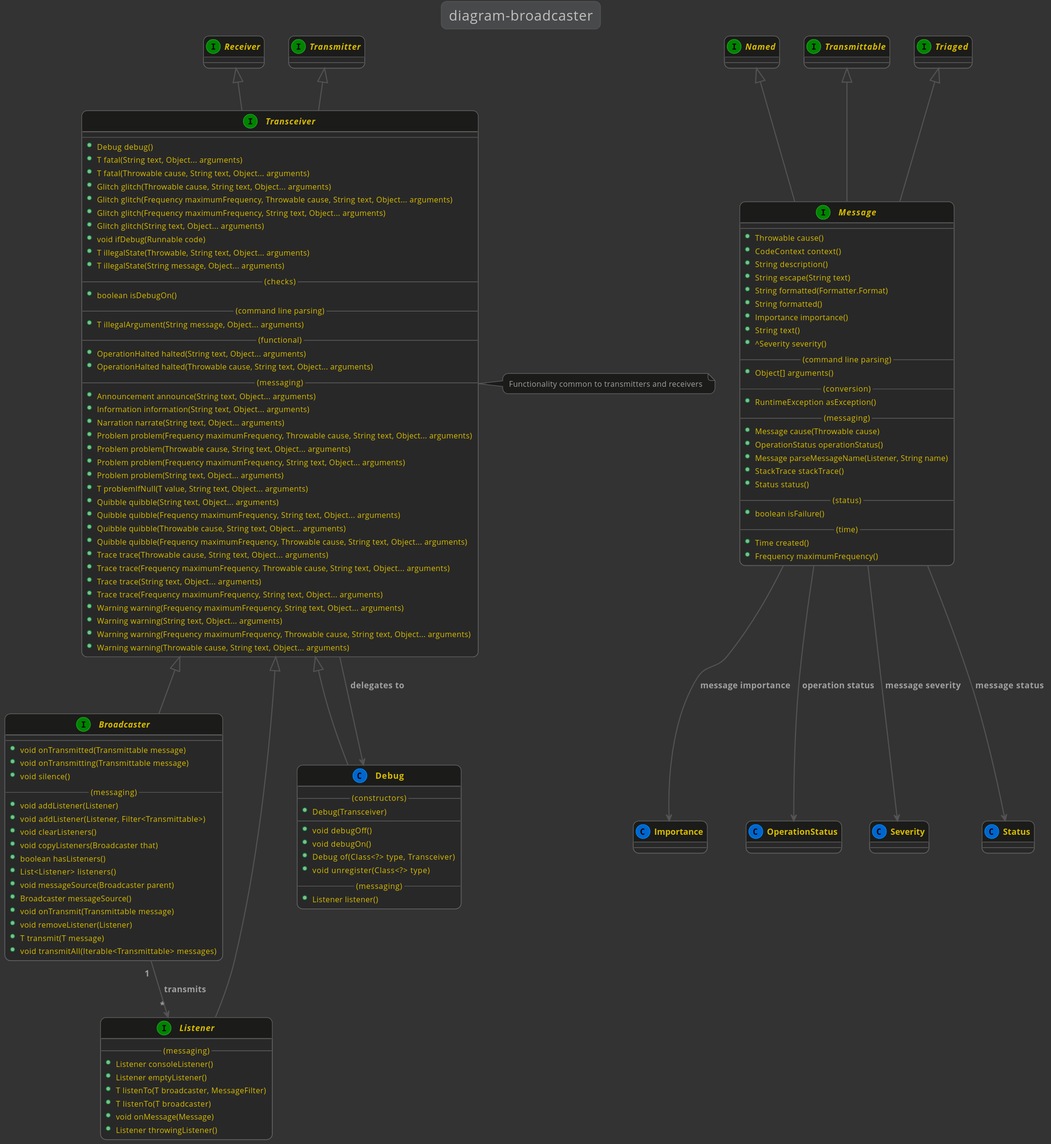
Earlier version of the PlantUML export docs/1.6.0/lexakai/kivakit/kivakit-core/documentation/diagrams/diagram-broadcaster.svg (Telenav/kivakit-assets). Its source is kept beside it as docs/1.6.0/lexakai/kivakit/kivakit-core/documentation/diagrams/diagram-broadcaster.puml.
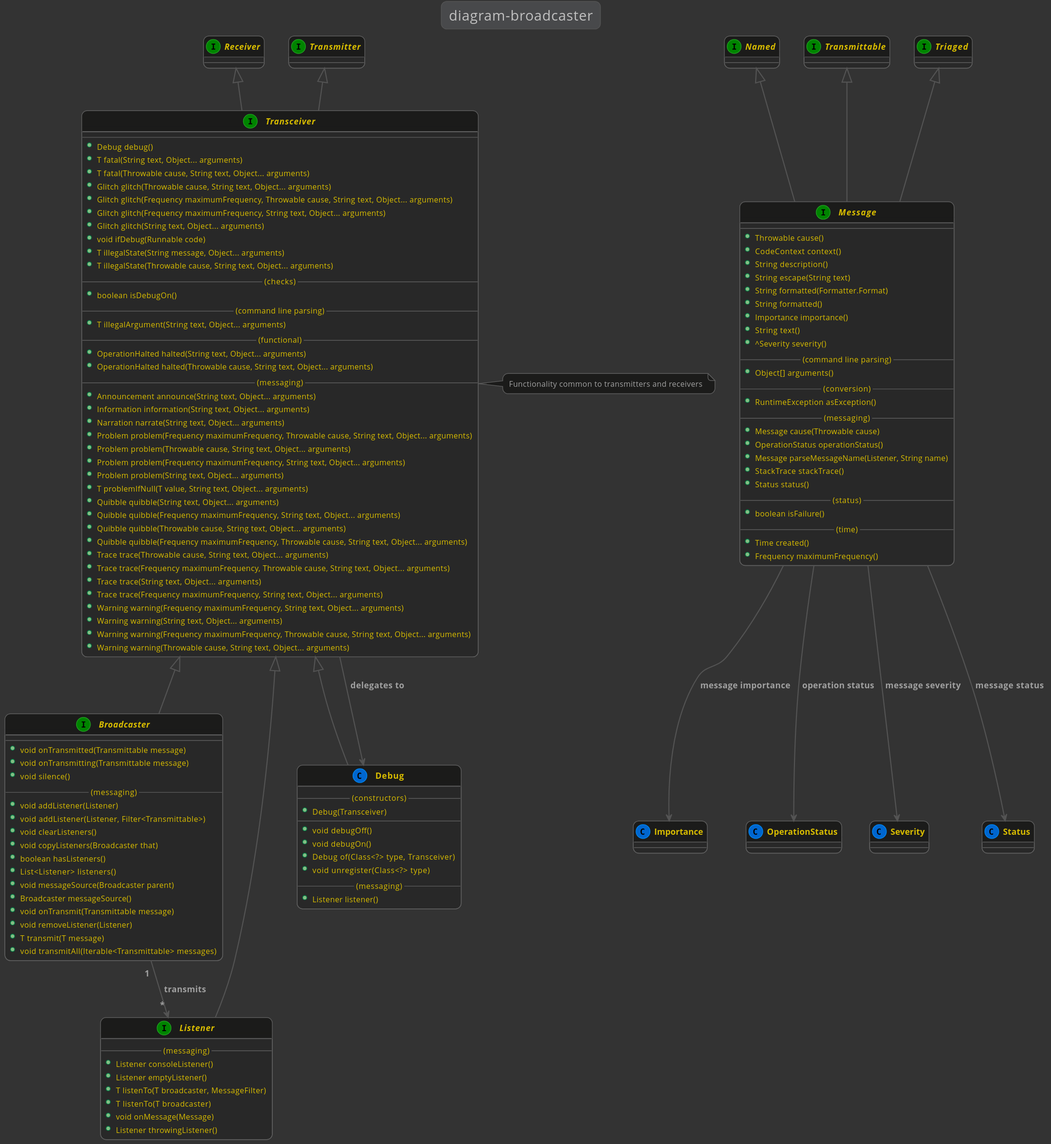
Above is the later version.

Diff of the diagram source:
```diff
@@ -115,12 +115,12 @@
         +Glitch glitch(Frequency maximumFrequency, String text, Object... arguments)
         +Glitch glitch(String text, Object... arguments)
         +void ifDebug(Runnable code)
-        +T illegalState(Throwable, String text, Object... arguments)
         +T illegalState(String message, Object... arguments)
+        +T illegalState(Throwable cause, String text, Object... arguments)
         --(checks)--
         +boolean isDebugOn()
         --(command line parsing)--
-        +T illegalArgument(String message, Object... arguments)
+        +T illegalArgument(String text, Object... arguments)
         --(functional)--
         +OperationHalted halted(String text, Object... arguments)
         +OperationHalted halted(Throwable cause, String text, Object... arguments)
```
